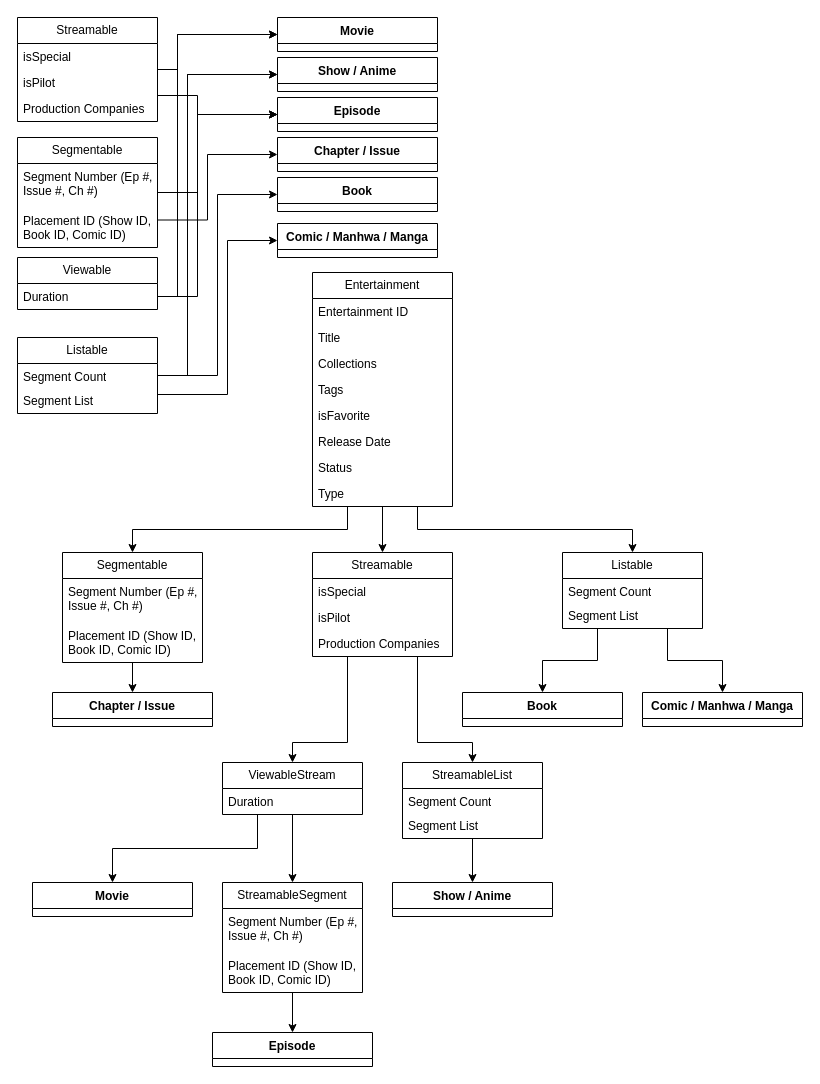
Earlier version of the draw.io diagram Entertainment Tracker Project Rebuild/DataTree.drawio (AadarshDevi/EntertainmentTracker). Source tidied: cells renumbered, new cells numbered last; positions are measured from the earlier drawing's top-left corner, leaving out a move shared by most shapes. Both pictures are drawn from the tidied source at 100%, with x=0, y=0 at pixel (17, 17).
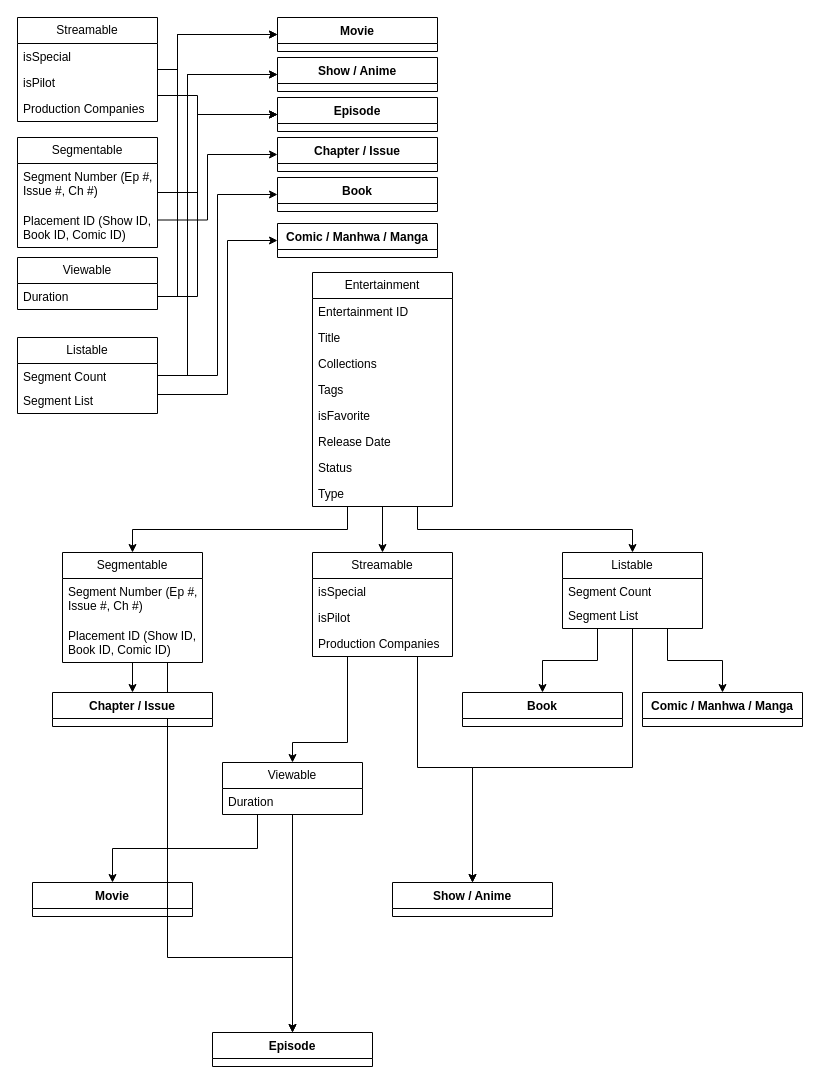
The same diagram, later.

Commit message:
Updated DataStructure Inheritance Tree to Use Extension Classes

The change refers to these unchanged cells:
```xml
<mxCell id="45" value="Streamable" style="swimlane;fontStyle=0;horizontal=1;startSize=26;fillColor=none;whiteSpace=wrap;html=1;" parent="1" vertex="1">
  <mxGeometry x="295" y="535" width="140" height="104" as="geometry" />
</mxCell>
<mxCell id="53" value="Show / Anime" style="swimlane;fontStyle=1;align=center;verticalAlign=top;horizontal=1;startSize=26;whiteSpace=wrap;html=1;" parent="1" vertex="1">
  <mxGeometry x="375" y="865" width="160" height="34" as="geometry" />
</mxCell>
<mxCell id="61" value="Episode" style="swimlane;fontStyle=1;align=center;verticalAlign=top;horizontal=1;startSize=26;whiteSpace=wrap;html=1;" parent="1" vertex="1">
  <mxGeometry x="195" y="1015" width="160" height="34" as="geometry" />
</mxCell>
<mxCell id="68" value="Segmentable" style="swimlane;fontStyle=0;horizontal=1;startSize=26;fillColor=none;whiteSpace=wrap;html=1;" parent="1" vertex="1">
  <mxGeometry x="45" y="535" width="140" height="110" as="geometry" />
</mxCell>
<mxCell id="73" value="Listable" style="swimlane;fontStyle=0;horizontal=1;startSize=26;fillColor=none;whiteSpace=wrap;html=1;" parent="1" vertex="1">
  <mxGeometry x="545" y="535" width="140" height="76" as="geometry" />
</mxCell>
```

Change to the diagram source:
```diff
@@
-    <mxCell id="43" style="edgeStyle=orthogonalEdgeStyle;rounded=0;jettySize=auto;html=1;exitX=0.75;exitY=1;exitDx=0;exitDy=0;entryX=0.5;entryY=0;entryDx=0;entryDy=0;" parent="1" edge="1" source="45" target="58">
-      <mxGeometry relative="1" as="geometry">
-        <Array as="points">
-          <mxPoint x="400" y="725" />
-          <mxPoint x="455" y="725" />
-        </Array>
-      </mxGeometry>
-    </mxCell>
@@
+    <mxCell id="76" style="edgeStyle=orthogonalEdgeStyle;rounded=0;jettySize=auto;html=1;exitX=0.75;exitY=1;exitDx=0;exitDy=0;entryX=0.5;entryY=0;entryDx=0;entryDy=0;" parent="1" edge="1" source="45" target="53">
+      <mxGeometry relative="1" as="geometry">
+        <Array as="points">
+          <mxPoint x="400" y="750" />
+          <mxPoint x="455" y="750" />
+        </Array>
+      </mxGeometry>
+    </mxCell>
@@
-    <mxCell id="50" style="edgeStyle=orthogonalEdgeStyle;rounded=0;jettySize=auto;html=1;exitX=0.5;exitY=1;exitDx=0;exitDy=0;entryX=0.5;entryY=0;entryDx=0;entryDy=0;" parent="1" edge="1" source="63" target="61">
-      <mxGeometry relative="1" as="geometry" />
-    </mxCell>
+    <mxCell id="77" style="edgeStyle=orthogonalEdgeStyle;rounded=0;jettySize=auto;html=1;exitX=0.5;exitY=1;exitDx=0;exitDy=0;entryX=0.5;entryY=0;entryDx=0;entryDy=0;" parent="1" edge="1" source="51" target="61">
+      <mxGeometry relative="1" as="geometry" />
+    </mxCell>
-    <mxCell id="51" value="ViewableStream" style="swimlane;fontStyle=0;horizontal=1;startSize=26;fillColor=none;whiteSpace=wrap;html=1;" parent="1" vertex="1">
+    <mxCell id="51" value="Viewable" style="swimlane;fontStyle=0;horizontal=1;startSize=26;fillColor=none;whiteSpace=wrap;html=1;" parent="1" vertex="1">
       <mxGeometry x="205" y="745" width="140" height="52" as="geometry" />
     </mxCell>
@@
-    <mxCell id="57" style="edgeStyle=orthogonalEdgeStyle;rounded=0;jettySize=auto;html=1;exitX=0.5;exitY=1;exitDx=0;exitDy=0;entryX=0.5;entryY=0;entryDx=0;entryDy=0;" parent="1" edge="1" source="58" target="53">
-      <mxGeometry relative="1" as="geometry" />
-    </mxCell>
-    <mxCell id="58" value="StreamableList" style="swimlane;fontStyle=0;horizontal=1;startSize=26;fillColor=none;whiteSpace=wrap;html=1;" parent="1" vertex="1">
-      <mxGeometry x="385" y="745" width="140" height="76" as="geometry" />
-    </mxCell>
-    <mxCell id="59" value="Segment Count" style="text;strokeColor=none;fillColor=none;align=left;verticalAlign=top;spacingLeft=4;spacingRight=4;overflow=hidden;whiteSpace=wrap;html=1;" parent="58" vertex="1">
-      <mxGeometry y="26" width="140" height="24" as="geometry" />
-    </mxCell>
-    <mxCell id="60" value="Segment List" style="text;strokeColor=none;fillColor=none;align=left;verticalAlign=top;spacingLeft=4;spacingRight=4;overflow=hidden;whiteSpace=wrap;html=1;" parent="58" vertex="1">
-      <mxGeometry y="50" width="140" height="26" as="geometry" />
-    </mxCell>
@@
-    <mxCell id="62" style="edgeStyle=orthogonalEdgeStyle;rounded=0;jettySize=auto;html=1;exitX=0.5;exitY=1;exitDx=0;exitDy=0;entryX=0.5;entryY=0;entryDx=0;entryDy=0;" parent="1" edge="1" source="51" target="63">
-      <mxGeometry relative="1" as="geometry" />
-    </mxCell>
-    <mxCell id="63" value="StreamableSegment" style="swimlane;fontStyle=0;horizontal=1;startSize=26;fillColor=none;whiteSpace=wrap;html=1;" parent="1" vertex="1">
-      <mxGeometry x="205" y="865" width="140" height="110" as="geometry" />
-    </mxCell>
-    <mxCell id="64" value="Segment Number (Ep #, Issue #, Ch #)" style="text;strokeColor=none;fillColor=none;align=left;verticalAlign=top;spacingLeft=4;spacingRight=4;overflow=hidden;whiteSpace=wrap;html=1;" parent="63" vertex="1">
-      <mxGeometry y="26" width="140" height="44" as="geometry" />
-    </mxCell>
-    <mxCell id="65" value="Placement ID (Show ID, Book ID, Comic ID)" style="text;strokeColor=none;fillColor=none;align=left;verticalAlign=top;spacingLeft=4;spacingRight=4;overflow=hidden;whiteSpace=wrap;html=1;" parent="63" vertex="1">
-      <mxGeometry y="70" width="140" height="40" as="geometry" />
-    </mxCell>
-    <mxCell id="66" value="Chapter / Issue" style="swimlane;fontStyle=1;align=center;verticalAlign=top;horizontal=1;startSize=26;whiteSpace=wrap;html=1;" parent="1" vertex="1">
-      <mxGeometry x="35" y="675" width="160" height="34" as="geometry" />
-    </mxCell>
@@
+    <mxCell id="78" style="edgeStyle=orthogonalEdgeStyle;rounded=0;jettySize=auto;html=1;exitX=0.75;exitY=1;exitDx=0;exitDy=0;entryX=0.5;entryY=0;entryDx=0;entryDy=0;" parent="1" edge="1" source="68" target="61">
+      <mxGeometry relative="1" as="geometry">
+        <Array as="points">
+          <mxPoint x="150" y="940" />
+          <mxPoint x="275" y="940" />
+        </Array>
+      </mxGeometry>
+    </mxCell>
@@
+    <mxCell id="79" style="edgeStyle=orthogonalEdgeStyle;rounded=0;jettySize=auto;html=1;exitX=0.5;exitY=1;exitDx=0;exitDy=0;entryX=0.5;entryY=0;entryDx=0;entryDy=0;" parent="1" edge="1" source="73" target="53">
+      <mxGeometry relative="1" as="geometry">
+        <Array as="points">
+          <mxPoint x="615" y="750" />
+          <mxPoint x="455" y="750" />
+        </Array>
+      </mxGeometry>
+    </mxCell>
@@
+    <mxCell id="66" value="Chapter / Issue" style="swimlane;fontStyle=1;align=center;verticalAlign=top;horizontal=1;startSize=26;whiteSpace=wrap;html=1;" parent="1" vertex="1">
+      <mxGeometry x="35" y="675" width="160" height="34" as="geometry" />
+    </mxCell>
```
